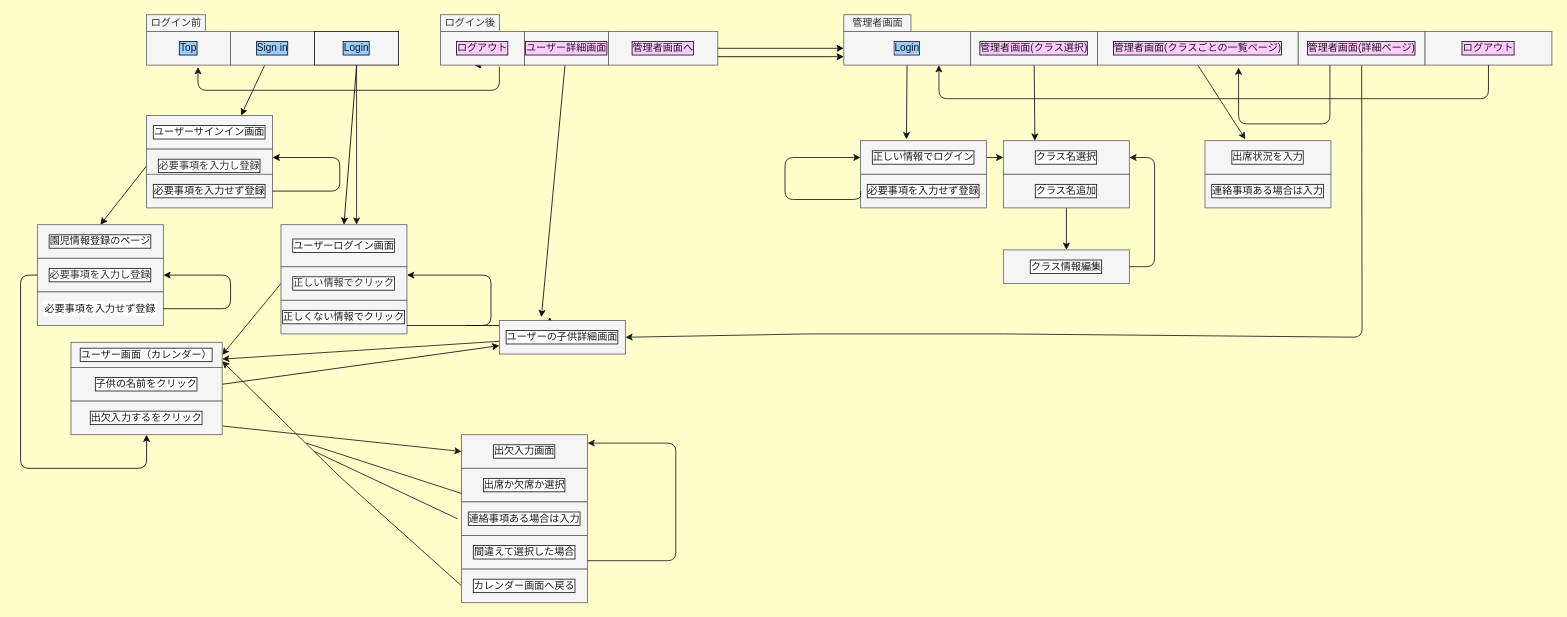
Before: page "ページ2" (2 of 2) of test.drawio in ayaka2209/original_app, a draw.io diagram. Source tidied: cells renumbered, new cells numbered last; positions are measured from the earlier drawing's top-left corner, leaving out a move shared by most shapes. Both pictures are drawn from the tidied source at 84%, with x=0, y=0 at pixel (20, 14).
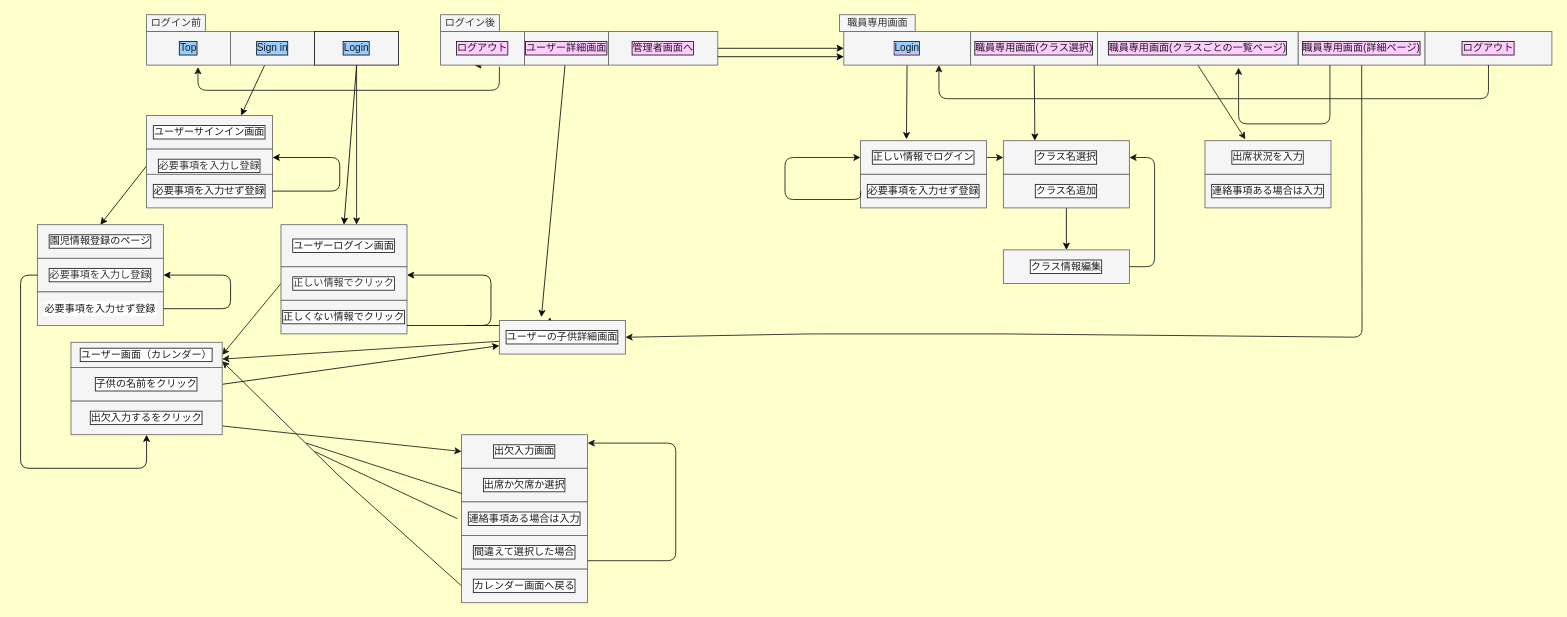
Above is the later version.

Commit message (it also covers changes not shown here):
遷移図訂正

Change to the diagram source:
```diff
@@
-    <mxCell id="44" value="管理者画面(クラス選択)" style="whiteSpace=wrap;html=1;align=center;labelBackgroundColor=#FFCCFF;labelBorderColor=#1A1A1A;fontFamily=Helvetica;fontSize=12;fontColor=#1A1A1A;strokeColor=#666666;fillColor=#f5f5f5;" parent="1" vertex="1">
+    <mxCell id="44" value="職員専用画面(クラス選択)" style="whiteSpace=wrap;html=1;align=center;labelBackgroundColor=#FFCCFF;labelBorderColor=#1A1A1A;fontFamily=Helvetica;fontSize=12;fontColor=#1A1A1A;strokeColor=#666666;fillColor=#f5f5f5;" parent="1" vertex="1">
       <mxGeometry x="1131" y="20" width="151" height="40" as="geometry" />
     </mxCell>
@@
-    <mxCell id="50" value="管理者画面(クラスごとの一覧ページ)" style="whiteSpace=wrap;html=1;align=center;labelBackgroundColor=#FFCCFF;labelBorderColor=#1A1A1A;fontFamily=Helvetica;fontSize=12;fontColor=#1A1A1A;strokeColor=#666666;fillColor=#f5f5f5;" parent="1" vertex="1">
+    <mxCell id="50" value="職員専用画面(クラスごとの一覧ページ)" style="whiteSpace=wrap;html=1;align=center;labelBackgroundColor=#FFCCFF;labelBorderColor=#1A1A1A;fontFamily=Helvetica;fontSize=12;fontColor=#1A1A1A;strokeColor=#666666;fillColor=#f5f5f5;" parent="1" vertex="1">
       <mxGeometry x="1282" y="20" width="239" height="40" as="geometry" />
     </mxCell>
@@
-    <mxCell id="52" value="管理者画面(詳細ページ)" style="whiteSpace=wrap;html=1;align=center;labelBackgroundColor=#FFCCFF;labelBorderColor=#1A1A1A;fontFamily=Helvetica;fontSize=12;fontColor=#1A1A1A;strokeColor=#666666;fillColor=#f5f5f5;" parent="1" vertex="1">
+    <mxCell id="52" value="職員専用画面(詳細ページ)" style="whiteSpace=wrap;html=1;align=center;labelBackgroundColor=#FFCCFF;labelBorderColor=#1A1A1A;fontFamily=Helvetica;fontSize=12;fontColor=#1A1A1A;strokeColor=#666666;fillColor=#f5f5f5;" parent="1" vertex="1">
       <mxGeometry x="1521" y="20" width="151" height="40" as="geometry" />
     </mxCell>
@@
-    <mxCell id="57" value="管理者画面" style="text;html=1;align=center;verticalAlign=middle;strokeColor=#666666;fillColor=#f5f5f5;fontSize=12;fontFamily=Helvetica;fontColor=#333333;" parent="1" vertex="1">
-      <mxGeometry x="980" width="80" height="20" as="geometry" />
+    <mxCell id="57" value="職員専用画面" style="text;html=1;align=center;verticalAlign=middle;strokeColor=#666666;fillColor=#f5f5f5;fontSize=12;fontFamily=Helvetica;fontColor=#333333;" parent="1" vertex="1">
+      <mxGeometry x="975" width="90" height="20" as="geometry" />
     </mxCell>
```
